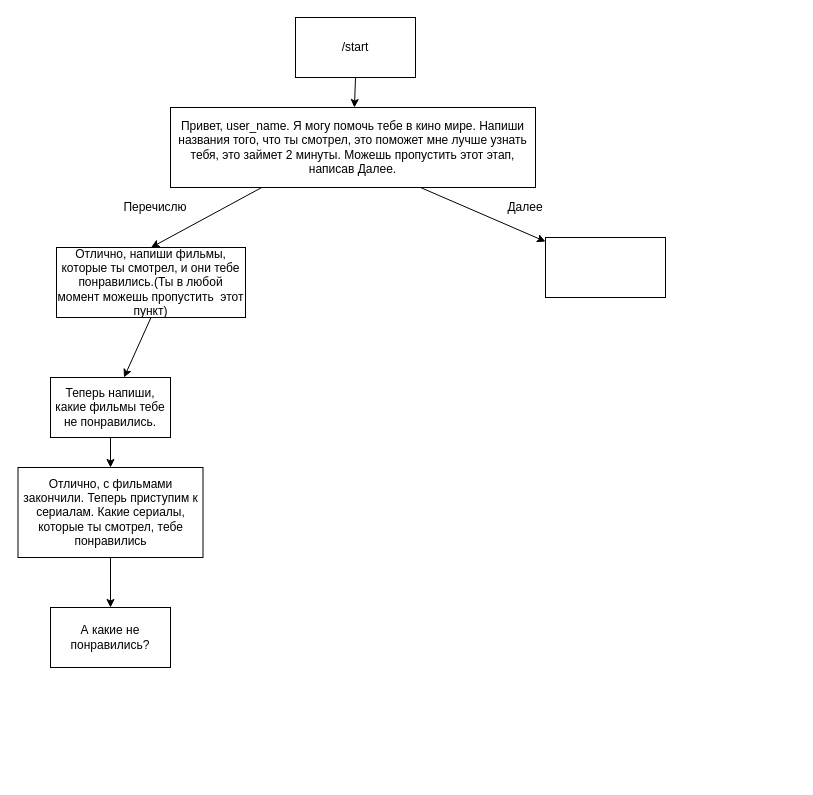
Above: Untitled Diagram.drawio in 78Moonlight78/Showtor (draw.io), before the change. Source tidied: cells renumbered, new cells numbered last; positions are measured from the earlier drawing's top-left corner, leaving out a move shared by most shapes. Both pictures are drawn from the tidied source at 100%, with x=0, y=0 at pixel (17, 17).
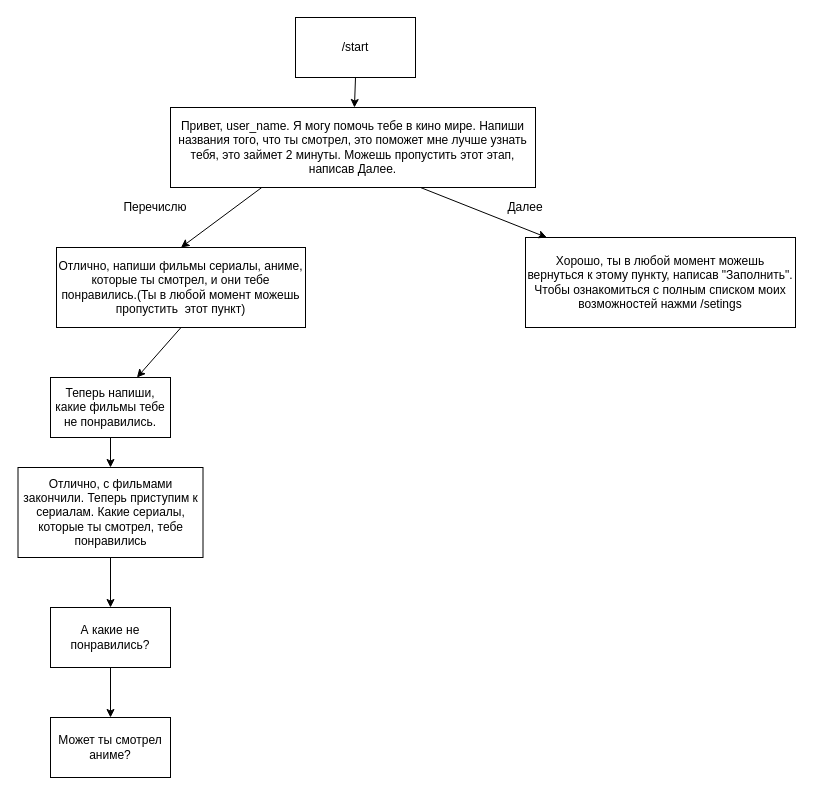
Above is the later version.

Change to the diagram source:
```diff
@@
 <mxGraphModel>
   <root>
     <mxCell id="0" />
     <mxCell id="1" parent="0" />
     <mxCell id="2" value="/start" style="rounded=0;whiteSpace=wrap;html=1;" parent="1" vertex="1">
       <mxGeometry x="278" width="120" height="60" as="geometry" />
     </mxCell>
     <mxCell id="3" style="endArrow=classic;html=1;exitX=0.5;exitY=1;exitDx=0;exitDy=0;" parent="1" edge="1" source="2" target="4">
       <mxGeometry relative="1" as="geometry" />
     </mxCell>
     <mxCell id="4" value="Привет, user_name. Я могу помочь тебе в кино мире. Напиши названия того, что ты смотрел, это поможет мне лучше узнать тебя, это займет 2 минуты. Можешь пропустить этот этап, написав Далее." style="rounded=0;whiteSpace=wrap;html=1;" parent="1" vertex="1">
       <mxGeometry x="153" y="90" width="365" height="80" as="geometry" />
     </mxCell>
-    <mxCell id="5" value="Отлично, напиши фильмы, которые ты смотрел, и они тебе понравились.(Ты в любой момент можешь пропустить&amp;nbsp; этот пункт)" style="rounded=0;whiteSpace=wrap;html=1;" parent="1" vertex="1">
-      <mxGeometry x="39" y="230" width="189" height="70" as="geometry" />
+    <mxCell id="5" value="Отлично, напиши фильмы сериалы, аниме, которые ты смотрел, и они тебе понравились.(Ты в любой момент можешь пропустить&amp;nbsp; этот пункт)" style="rounded=0;whiteSpace=wrap;html=1;" parent="1" vertex="1">
+      <mxGeometry x="39" y="230" width="249" height="80" as="geometry" />
     </mxCell>
-    <mxCell id="6" style="rounded=0;whiteSpace=wrap;html=1;" parent="1" vertex="1">
-      <mxGeometry x="528" y="220" width="120" height="60" as="geometry" />
+    <mxCell id="6" value="Хорошо, ты в любой момент можешь вернуться к этому пункту, написав &quot;Заполнить&quot;. Чтобы ознакомиться с полным списком моих возможностей нажми /setings" style="rounded=0;whiteSpace=wrap;html=1;" parent="1" vertex="1">
+      <mxGeometry x="508" y="220" width="270" height="90" as="geometry" />
     </mxCell>
     <mxCell id="7" style="endArrow=classic;html=1;exitX=0.25;exitY=1;exitDx=0;exitDy=0;entryX=0.5;entryY=0;entryDx=0;entryDy=0;" parent="1" edge="1" source="4" target="5">
       <mxGeometry relative="1" as="geometry" />
     </mxCell>
     <mxCell id="8" style="endArrow=classic;html=1;exitX=0.685;exitY=1;exitDx=0;exitDy=0;exitPerimeter=0;" parent="1" edge="1" source="4" target="6">
       <mxGeometry relative="1" as="geometry" />
     </mxCell>
     <mxCell id="9" value="Далее" style="text;html=1;strokeColor=none;fillColor=none;align=center;verticalAlign=middle;whiteSpace=wrap;rounded=0;" parent="1" vertex="1">
       <mxGeometry x="488" y="180" width="40" height="20" as="geometry" />
     </mxCell>
     <mxCell id="10" value="Перечислю" style="text;html=1;strokeColor=none;fillColor=none;align=center;verticalAlign=middle;whiteSpace=wrap;rounded=0;" parent="1" vertex="1">
       <mxGeometry x="118" y="180" width="40" height="20" as="geometry" />
     </mxCell>
     <mxCell id="11" style="endArrow=classic;html=1;exitX=0.5;exitY=1;exitDx=0;exitDy=0;" parent="1" edge="1" source="5" target="12">
       <mxGeometry relative="1" as="geometry" />
     </mxCell>
     <mxCell id="12" value="Теперь напиши, какие фильмы тебе не понравились." style="rounded=0;whiteSpace=wrap;html=1;" parent="1" vertex="1">
       <mxGeometry x="33" y="360" width="120" height="60" as="geometry" />
     </mxCell>
     <mxCell id="13" style="endArrow=classic;html=1;exitX=0.5;exitY=1;exitDx=0;exitDy=0;" parent="1" edge="1" source="12" target="14">
       <mxGeometry relative="1" as="geometry" />
     </mxCell>
     <mxCell id="14" value="Отлично, с фильмами закончили. Теперь приступим к сериалам. Какие сериалы, которые ты смотрел, тебе понравились" style="rounded=0;whiteSpace=wrap;html=1;" parent="1" vertex="1">
       <mxGeometry x="0.5" y="450" width="185" height="90" as="geometry" />
     </mxCell>
     <mxCell id="15" value="А какие не понравились?" style="rounded=0;whiteSpace=wrap;html=1;" parent="1" vertex="1">
       <mxGeometry x="33" y="590" width="120" height="60" as="geometry" />
     </mxCell>
     <mxCell id="16" style="endArrow=classic;html=1;exitX=0.5;exitY=1;exitDx=0;exitDy=0;" parent="1" edge="1" source="14" target="15">
       <mxGeometry relative="1" as="geometry" />
     </mxCell>
+    <mxCell id="17" value="Может ты смотрел аниме?" style="rounded=0;whiteSpace=wrap;html=1;" parent="1" vertex="1">
+      <mxGeometry x="33" y="700" width="120" height="60" as="geometry" />
+    </mxCell>
+    <mxCell id="18" style="endArrow=classic;html=1;exitX=0.5;exitY=1;exitDx=0;exitDy=0;" parent="1" edge="1" source="15" target="17">
+      <mxGeometry relative="1" as="geometry" />
+    </mxCell>
   </root>
 </mxGraphModel>
```
